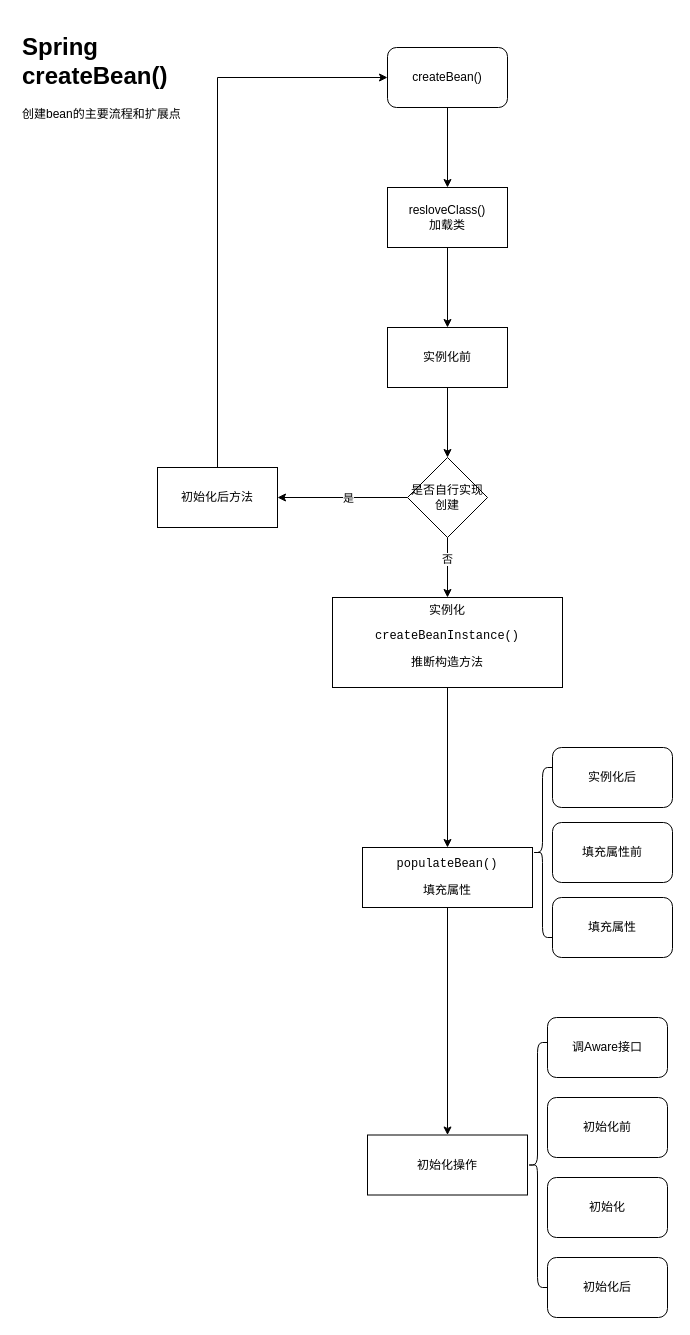
Before: runninpanda/framework/spring/Spring createBean流程.drawio in naccoit/drawio, a draw.io diagram. Source tidied: cells renumbered, new cells numbered last; positions are measured from the earlier drawing's top-left corner, leaving out a move shared by most shapes. Both pictures are drawn from the tidied source at 100%, with x=0, y=0 at pixel (17, 27).
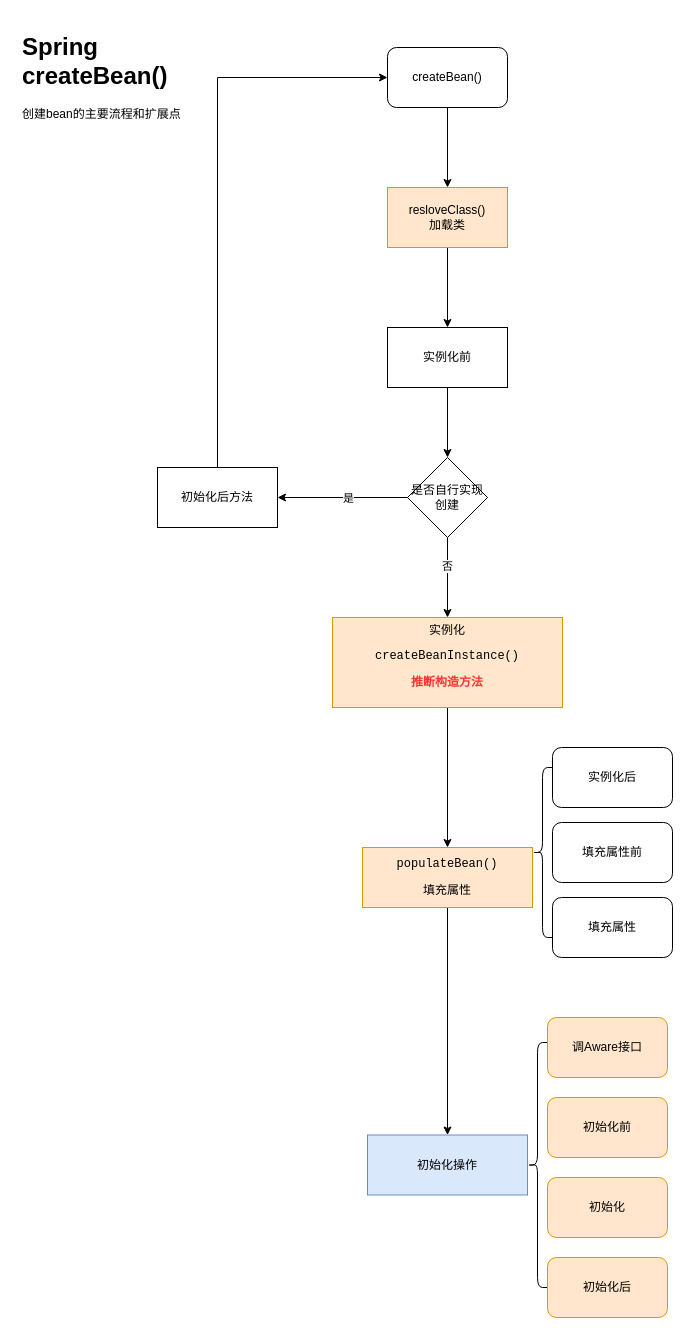
After the change.

The edit, as a diff of the source:
```diff
@@
-    <mxCell id="6" value="resloveClass()&lt;br&gt;加载类" style="rounded=0;whiteSpace=wrap;html=1;" parent="1" vertex="1">
+    <mxCell id="6" value="resloveClass()&lt;br&gt;加载类" style="rounded=0;whiteSpace=wrap;html=1;fillColor=#ffe6cc;strokeColor=#d79b00;" parent="1" vertex="1">
       <mxGeometry x="370" y="160" width="120" height="60" as="geometry" />
     </mxCell>
@@
-    <mxCell id="15" value="实例化&lt;br&gt;&lt;pre&gt;createBeanInstance()&lt;/pre&gt;&lt;pre&gt;推断构造方法&lt;/pre&gt;" style="whiteSpace=wrap;html=1;rounded=0;" parent="1" vertex="1">
-      <mxGeometry x="315" y="570" width="230" height="90" as="geometry" />
+    <mxCell id="15" value="实例化&lt;br&gt;&lt;pre&gt;createBeanInstance()&lt;/pre&gt;&lt;pre&gt;&lt;b&gt;&lt;font color=&quot;#ff3333&quot;&gt;推断构造方法&lt;/font&gt;&lt;/b&gt;&lt;/pre&gt;" style="whiteSpace=wrap;html=1;rounded=0;fillColor=#ffe6cc;strokeColor=#d79b00;" parent="1" vertex="1">
+      <mxGeometry x="315" y="590" width="230" height="90" as="geometry" />
     </mxCell>
@@
-    <mxCell id="19" value="&lt;pre&gt;populateBean()&lt;/pre&gt;&lt;pre&gt;填充属性&lt;/pre&gt;" style="whiteSpace=wrap;html=1;rounded=0;" parent="1" vertex="1">
+    <mxCell id="19" value="&lt;pre&gt;populateBean()&lt;/pre&gt;&lt;pre&gt;填充属性&lt;/pre&gt;" style="whiteSpace=wrap;html=1;rounded=0;fillColor=#ffe6cc;strokeColor=#d79b00;" parent="1" vertex="1">
       <mxGeometry x="345" y="820" width="170" height="60" as="geometry" />
     </mxCell>
@@
-    <mxCell id="24" value="初始化操作" style="whiteSpace=wrap;html=1;rounded=0;" parent="1" vertex="1">
+    <mxCell id="24" value="初始化操作" style="whiteSpace=wrap;html=1;rounded=0;fillColor=#dae8fc;strokeColor=#6c8ebf;" parent="1" vertex="1">
       <mxGeometry x="350" y="1107.5" width="160" height="60" as="geometry" />
     </mxCell>
@@
-    <mxCell id="26" value="调Aware接口" style="rounded=1;whiteSpace=wrap;html=1;" parent="1" vertex="1">
+    <mxCell id="26" value="调Aware接口" style="rounded=1;whiteSpace=wrap;html=1;fillColor=#ffe6cc;strokeColor=#d79b00;" parent="1" vertex="1">
       <mxGeometry x="530" y="990" width="120" height="60" as="geometry" />
     </mxCell>
-    <mxCell id="27" value="初始化前" style="rounded=1;whiteSpace=wrap;html=1;" parent="1" vertex="1">
+    <mxCell id="27" value="初始化前" style="rounded=1;whiteSpace=wrap;html=1;fillColor=#ffe6cc;strokeColor=#d79b00;" parent="1" vertex="1">
       <mxGeometry x="530" y="1070" width="120" height="60" as="geometry" />
     </mxCell>
-    <mxCell id="28" value="初始化" style="rounded=1;whiteSpace=wrap;html=1;" parent="1" vertex="1">
+    <mxCell id="28" value="初始化" style="rounded=1;whiteSpace=wrap;html=1;fillColor=#ffe6cc;strokeColor=#d79b00;" parent="1" vertex="1">
       <mxGeometry x="530" y="1150" width="120" height="60" as="geometry" />
     </mxCell>
-    <mxCell id="29" value="初始化后" style="rounded=1;whiteSpace=wrap;html=1;" parent="1" vertex="1">
+    <mxCell id="29" value="初始化后" style="rounded=1;whiteSpace=wrap;html=1;fillColor=#ffe6cc;strokeColor=#d79b00;" parent="1" vertex="1">
       <mxGeometry x="530" y="1230" width="120" height="60" as="geometry" />
     </mxCell>
```
